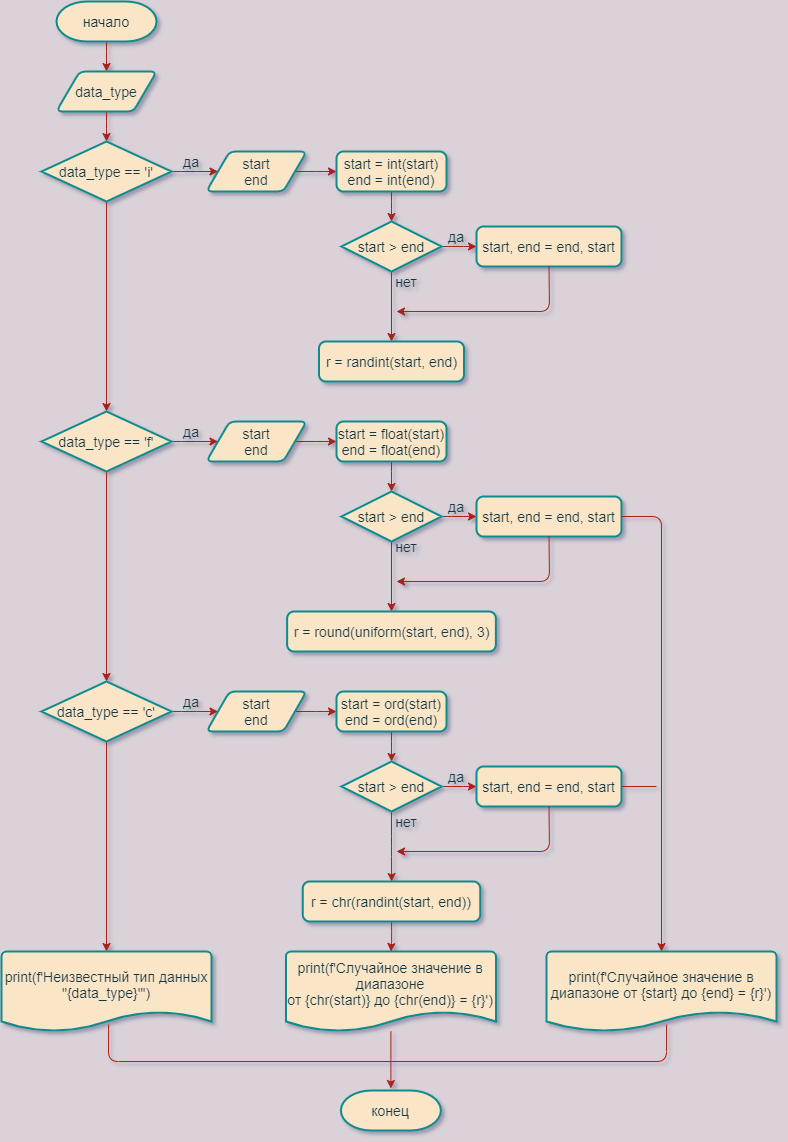
Before: exercise_4.png, a diagram exported from draw.io (impreza555/Python_algorithms). Source tidied: cells renumbered, new cells last; positions are measured from the earlier drawing's top-left corner, leaving out a move shared by most shapes.
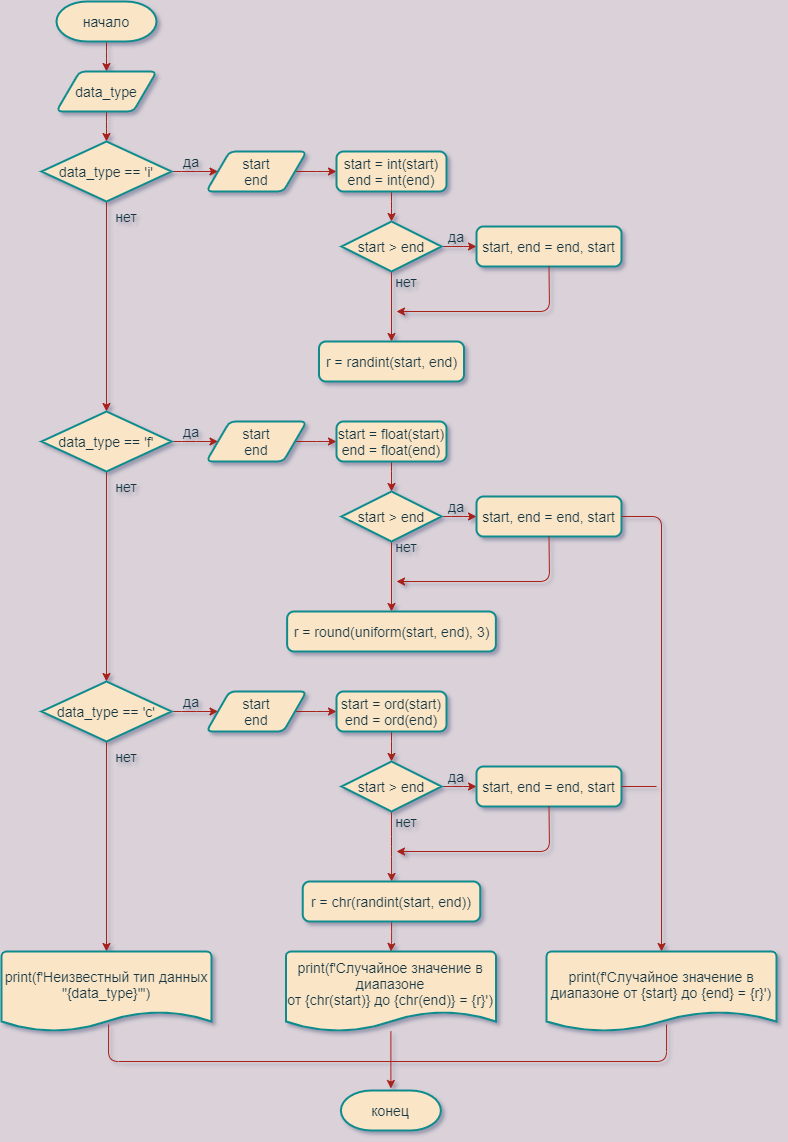
The same file after the commit.

Commit message:
Сделал упражнение 1.4

Change to the diagram source:
```diff
@@ -213,5 +213,14 @@
     <mxCell id="62" value="&lt;font style=&quot;font-size: 14px&quot;&gt;конец&lt;/font&gt;" style="strokeWidth=2;html=1;shape=mxgraph.flowchart.terminator;whiteSpace=wrap;fillColor=#FAE5C7;strokeColor=#0F8B8D;fontColor=#143642;rounded=1;" parent="1" vertex="1">
       <mxGeometry x="339.4" y="1089" width="100" height="40" as="geometry" />
     </mxCell>
+    <mxCell id="63" value="&lt;font style=&quot;font-size: 14px&quot;&gt;нет&lt;/font&gt;" style="text;html=1;strokeColor=none;fillColor=none;align=center;verticalAlign=middle;whiteSpace=wrap;fontColor=#143642;rounded=1;" parent="1" vertex="1">
+      <mxGeometry x="105" y="205" width="40" height="20" as="geometry" />
+    </mxCell>
+    <mxCell id="64" value="&lt;font style=&quot;font-size: 14px&quot;&gt;нет&lt;/font&gt;" style="text;html=1;strokeColor=none;fillColor=none;align=center;verticalAlign=middle;whiteSpace=wrap;fontColor=#143642;rounded=1;" parent="1" vertex="1">
+      <mxGeometry x="105" y="475" width="40" height="20" as="geometry" />
+    </mxCell>
+    <mxCell id="65" value="&lt;font style=&quot;font-size: 14px&quot;&gt;нет&lt;/font&gt;" style="text;html=1;strokeColor=none;fillColor=none;align=center;verticalAlign=middle;whiteSpace=wrap;fontColor=#143642;rounded=1;" parent="1" vertex="1">
+      <mxGeometry x="105" y="745" width="40" height="20" as="geometry" />
+    </mxCell>
   </root>
 </mxGraphModel>
```
